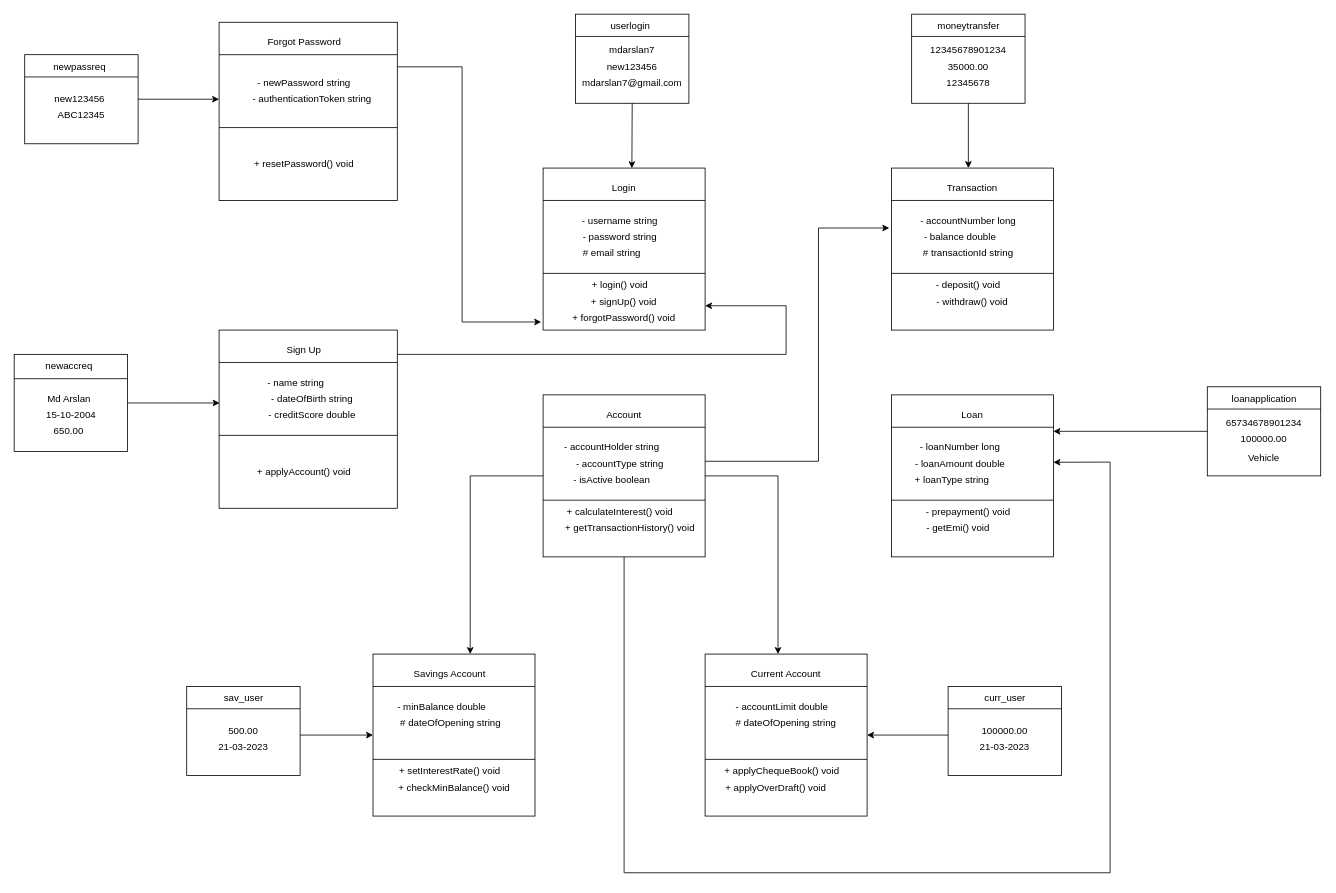
Before: Untitled Diagram.drawio in mdarslan7/sepm_lab_diagrams, a draw.io diagram. Source tidied: cells renumbered, new cells numbered last; positions are measured from the earlier drawing's top-left corner, leaving out a move shared by most shapes. Both pictures are drawn from the tidied source at 81%, with x=0, y=0 at pixel (14, 14).
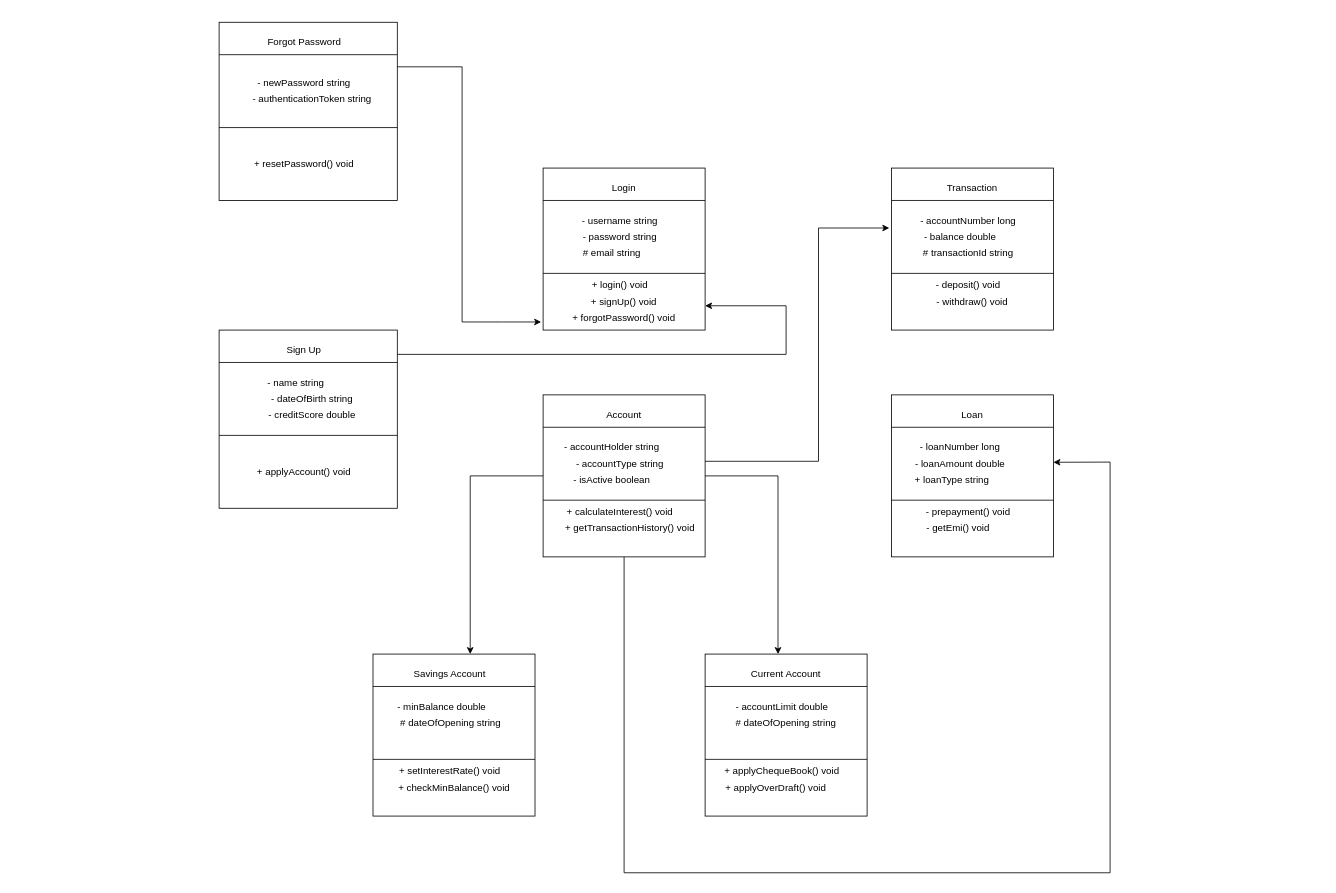
The same page after the edit.

Unchanged cells that the change refers to:
```xml
<mxCell id="2" style="whiteSpace=wrap;html=1;" parent="1" vertex="1">
  <mxGeometry x="653" y="190" width="200" height="200" as="geometry" />
</mxCell>
<mxCell id="12" style="whiteSpace=wrap;html=1;" parent="1" vertex="1">
  <mxGeometry x="1083" y="190" width="200" height="200" as="geometry" />
</mxCell>
<mxCell id="39" style="whiteSpace=wrap;html=1;" parent="1" vertex="1">
  <mxGeometry x="443" y="790" width="200" height="200" as="geometry" />
</mxCell>
<mxCell id="47" style="whiteSpace=wrap;html=1;" parent="1" vertex="1">
  <mxGeometry x="853" y="790" width="200" height="200" as="geometry" />
</mxCell>
<mxCell id="55" style="whiteSpace=wrap;html=1;" parent="1" vertex="1">
  <mxGeometry x="253" y="390" width="220" height="220" as="geometry" />
</mxCell>
```

Change to the diagram source:
```diff
@@
-    <mxCell id="76" style="rounded=0;whiteSpace=wrap;html=1;" parent="1" vertex="1">
-      <mxGeometry x="693" width="140" height="110" as="geometry" />
-    </mxCell>
-    <mxCell id="77" style="endArrow=none;html=1;rounded=0;exitX=0;exitY=0.25;exitDx=0;exitDy=0;entryX=1;entryY=0.25;entryDx=0;entryDy=0;" parent="1" edge="1" source="76" target="76">
-      <mxGeometry relative="1" as="geometry" />
-    </mxCell>
-    <mxCell id="78" value="userlogin" style="text;html=1;align=center;verticalAlign=middle;whiteSpace=wrap;rounded=0;" parent="1" vertex="1">
-      <mxGeometry x="730.5" width="60" height="30" as="geometry" />
-    </mxCell>
-    <mxCell id="79" value="mdarslan7" style="text;html=1;align=center;verticalAlign=middle;whiteSpace=wrap;rounded=0;" parent="1" vertex="1">
-      <mxGeometry x="733" y="30" width="60" height="30" as="geometry" />
-    </mxCell>
-    <mxCell id="80" value="new123456" style="text;html=1;align=center;verticalAlign=middle;whiteSpace=wrap;rounded=0;" parent="1" vertex="1">
-      <mxGeometry x="733" y="50" width="60" height="30" as="geometry" />
-    </mxCell>
-    <mxCell id="81" value="mdarslan7@gmail.com" style="text;html=1;align=center;verticalAlign=middle;whiteSpace=wrap;rounded=0;" parent="1" vertex="1">
-      <mxGeometry x="733" y="70" width="60" height="30" as="geometry" />
-    </mxCell>
-    <mxCell id="82" style="rounded=0;whiteSpace=wrap;html=1;" parent="1" vertex="1">
-      <mxGeometry x="1108" width="140" height="110" as="geometry" />
-    </mxCell>
-    <mxCell id="83" style="endArrow=none;html=1;rounded=0;exitX=0;exitY=0.25;exitDx=0;exitDy=0;entryX=1;entryY=0.25;entryDx=0;entryDy=0;" parent="1" edge="1" source="82" target="82">
-      <mxGeometry relative="1" as="geometry" />
-    </mxCell>
-    <mxCell id="84" value="moneytransfer" style="text;html=1;align=center;verticalAlign=middle;whiteSpace=wrap;rounded=0;" parent="1" vertex="1">
-      <mxGeometry x="1136.8" width="82.5" height="30" as="geometry" />
-    </mxCell>
-    <mxCell id="85" value="12345678901234" style="text;html=1;align=center;verticalAlign=middle;whiteSpace=wrap;rounded=0;" parent="1" vertex="1">
-      <mxGeometry x="1148" y="30" width="60" height="30" as="geometry" />
-    </mxCell>
-    <mxCell id="86" value="35000.00" style="text;html=1;align=center;verticalAlign=middle;whiteSpace=wrap;rounded=0;" parent="1" vertex="1">
-      <mxGeometry x="1148" y="50" width="60" height="30" as="geometry" />
-    </mxCell>
-    <mxCell id="87" value="12345678" style="text;html=1;align=center;verticalAlign=middle;whiteSpace=wrap;rounded=0;" parent="1" vertex="1">
-      <mxGeometry x="1148" y="70" width="60" height="30" as="geometry" />
-    </mxCell>
-    <mxCell id="88" style="rounded=0;whiteSpace=wrap;html=1;" parent="1" vertex="1">
-      <mxGeometry x="1473" y="460" width="140" height="110" as="geometry" />
-    </mxCell>
-    <mxCell id="89" style="endArrow=none;html=1;rounded=0;exitX=0;exitY=0.25;exitDx=0;exitDy=0;entryX=1;entryY=0.25;entryDx=0;entryDy=0;" parent="1" edge="1" source="88" target="88">
-      <mxGeometry relative="1" as="geometry" />
-    </mxCell>
-    <mxCell id="90" value="loanapplication" style="text;html=1;align=center;verticalAlign=middle;whiteSpace=wrap;rounded=0;" parent="1" vertex="1">
-      <mxGeometry x="1501.8" y="460" width="82.5" height="30" as="geometry" />
-    </mxCell>
-    <mxCell id="91" value="65734678901234" style="text;html=1;align=center;verticalAlign=middle;whiteSpace=wrap;rounded=0;" parent="1" vertex="1">
-      <mxGeometry x="1513" y="490" width="60" height="30" as="geometry" />
-    </mxCell>
-    <mxCell id="92" value="100000.00" style="text;html=1;align=center;verticalAlign=middle;whiteSpace=wrap;rounded=0;" parent="1" vertex="1">
-      <mxGeometry x="1513" y="510" width="60" height="30" as="geometry" />
-    </mxCell>
-    <mxCell id="93" value="Vehicle" style="text;html=1;align=center;verticalAlign=middle;whiteSpace=wrap;rounded=0;" parent="1" vertex="1">
-      <mxGeometry x="1513" y="535" width="60" height="25" as="geometry" />
-    </mxCell>
-    <mxCell id="94" style="rounded=0;whiteSpace=wrap;html=1;" parent="1" vertex="1">
-      <mxGeometry x="1153" y="830" width="140" height="110" as="geometry" />
-    </mxCell>
-    <mxCell id="95" style="endArrow=none;html=1;rounded=0;exitX=0;exitY=0.25;exitDx=0;exitDy=0;entryX=1;entryY=0.25;entryDx=0;entryDy=0;" parent="1" edge="1" source="94" target="94">
-      <mxGeometry relative="1" as="geometry" />
-    </mxCell>
-    <mxCell id="96" value="curr_user" style="text;html=1;align=center;verticalAlign=middle;whiteSpace=wrap;rounded=0;" parent="1" vertex="1">
-      <mxGeometry x="1181.8" y="830" width="82.5" height="30" as="geometry" />
-    </mxCell>
-    <mxCell id="97" value="100000.00" style="text;html=1;align=center;verticalAlign=middle;whiteSpace=wrap;rounded=0;" parent="1" vertex="1">
-      <mxGeometry x="1193" y="870" width="60" height="30" as="geometry" />
-    </mxCell>
-    <mxCell id="98" value="21-03-2023" style="text;html=1;align=center;verticalAlign=middle;whiteSpace=wrap;rounded=0;" parent="1" vertex="1">
-      <mxGeometry x="1188" y="890" width="70" height="30" as="geometry" />
-    </mxCell>
-    <mxCell id="99" style="rounded=0;whiteSpace=wrap;html=1;" parent="1" vertex="1">
-      <mxGeometry x="213" y="830" width="140" height="110" as="geometry" />
-    </mxCell>
-    <mxCell id="100" style="endArrow=none;html=1;rounded=0;exitX=0;exitY=0.25;exitDx=0;exitDy=0;entryX=1;entryY=0.25;entryDx=0;entryDy=0;" parent="1" edge="1" source="99" target="99">
-      <mxGeometry relative="1" as="geometry" />
-    </mxCell>
-    <mxCell id="101" value="sav_user" style="text;html=1;align=center;verticalAlign=middle;whiteSpace=wrap;rounded=0;" parent="1" vertex="1">
-      <mxGeometry x="241.8" y="830" width="82.5" height="30" as="geometry" />
-    </mxCell>
-    <mxCell id="102" value="500.00" style="text;html=1;align=center;verticalAlign=middle;whiteSpace=wrap;rounded=0;" parent="1" vertex="1">
-      <mxGeometry x="253" y="870" width="60" height="30" as="geometry" />
-    </mxCell>
-    <mxCell id="103" value="21-03-2023" style="text;html=1;align=center;verticalAlign=middle;whiteSpace=wrap;rounded=0;" parent="1" vertex="1">
-      <mxGeometry x="248" y="890" width="70" height="30" as="geometry" />
-    </mxCell>
-    <mxCell id="104" style="rounded=0;whiteSpace=wrap;html=1;" parent="1" vertex="1">
-      <mxGeometry x="13" y="50" width="140" height="110" as="geometry" />
-    </mxCell>
-    <mxCell id="105" style="endArrow=none;html=1;rounded=0;exitX=0;exitY=0.25;exitDx=0;exitDy=0;entryX=1;entryY=0.25;entryDx=0;entryDy=0;" parent="1" edge="1" source="104" target="104">
-      <mxGeometry relative="1" as="geometry" />
-    </mxCell>
-    <mxCell id="106" value="newpassreq" style="text;html=1;align=center;verticalAlign=middle;whiteSpace=wrap;rounded=0;" parent="1" vertex="1">
-      <mxGeometry x="50.5" y="50" width="60" height="30" as="geometry" />
-    </mxCell>
-    <mxCell id="107" value="new123456" style="text;html=1;align=center;verticalAlign=middle;whiteSpace=wrap;rounded=0;" parent="1" vertex="1">
-      <mxGeometry x="50.5" y="90" width="60" height="30" as="geometry" />
-    </mxCell>
-    <mxCell id="108" value="ABC12345" style="text;html=1;align=center;verticalAlign=middle;whiteSpace=wrap;rounded=0;" parent="1" vertex="1">
-      <mxGeometry x="53" y="110" width="60" height="30" as="geometry" />
-    </mxCell>
-    <mxCell id="109" style="rounded=0;whiteSpace=wrap;html=1;" parent="1" vertex="1">
-      <mxGeometry y="420" width="140" height="120" as="geometry" />
-    </mxCell>
-    <mxCell id="110" style="endArrow=none;html=1;rounded=0;exitX=0;exitY=0.25;exitDx=0;exitDy=0;entryX=1;entryY=0.25;entryDx=0;entryDy=0;" parent="1" edge="1" source="109" target="109">
-      <mxGeometry relative="1" as="geometry" />
-    </mxCell>
-    <mxCell id="111" value="newaccreq" style="text;html=1;align=center;verticalAlign=middle;whiteSpace=wrap;rounded=0;" parent="1" vertex="1">
-      <mxGeometry x="37.5" y="420" width="60" height="30" as="geometry" />
-    </mxCell>
-    <mxCell id="112" value="Md Arslan" style="text;html=1;align=center;verticalAlign=middle;whiteSpace=wrap;rounded=0;" parent="1" vertex="1">
-      <mxGeometry x="37.5" y="460" width="60" height="30" as="geometry" />
-    </mxCell>
-    <mxCell id="113" value="15-10-2004" style="text;html=1;align=center;verticalAlign=middle;whiteSpace=wrap;rounded=0;" parent="1" vertex="1">
-      <mxGeometry x="33.5" y="480" width="73" height="30" as="geometry" />
-    </mxCell>
-    <mxCell id="114" value="650.00" style="text;html=1;align=center;verticalAlign=middle;whiteSpace=wrap;rounded=0;" parent="1" vertex="1">
-      <mxGeometry x="31" y="500" width="73" height="30" as="geometry" />
-    </mxCell>
-    <mxCell id="115" style="endArrow=classic;html=1;rounded=0;exitX=1;exitY=0.5;exitDx=0;exitDy=0;" parent="1" edge="1" source="104">
-      <mxGeometry relative="1" as="geometry">
-        <mxPoint x="253" y="105" as="targetPoint" />
-      </mxGeometry>
-    </mxCell>
-    <mxCell id="116" style="endArrow=classic;html=1;rounded=0;exitX=0.5;exitY=1;exitDx=0;exitDy=0;entryX=0.548;entryY=0.001;entryDx=0;entryDy=0;entryPerimeter=0;" parent="1" edge="1" source="76" target="2">
-      <mxGeometry relative="1" as="geometry" />
-    </mxCell>
-    <mxCell id="117" style="endArrow=classic;html=1;rounded=0;exitX=0.5;exitY=1;exitDx=0;exitDy=0;entryX=0.475;entryY=0;entryDx=0;entryDy=0;entryPerimeter=0;" parent="1" edge="1" source="82" target="12">
-      <mxGeometry relative="1" as="geometry" />
-    </mxCell>
-    <mxCell id="118" style="endArrow=classic;html=1;rounded=0;exitX=0;exitY=0.5;exitDx=0;exitDy=0;" parent="1" edge="1" source="88">
-      <mxGeometry relative="1" as="geometry">
-        <mxPoint x="1283" y="515" as="targetPoint" />
-      </mxGeometry>
-    </mxCell>
-    <mxCell id="119" style="endArrow=classic;html=1;rounded=0;entryX=1;entryY=0.5;entryDx=0;entryDy=0;" parent="1" edge="1" target="47">
-      <mxGeometry relative="1" as="geometry">
-        <mxPoint x="1153" y="890" as="sourcePoint" />
-      </mxGeometry>
-    </mxCell>
-    <mxCell id="120" style="endArrow=classic;html=1;rounded=0;entryX=0;entryY=0.5;entryDx=0;entryDy=0;" parent="1" edge="1" target="39">
-      <mxGeometry relative="1" as="geometry">
-        <mxPoint x="353" y="890" as="sourcePoint" />
-      </mxGeometry>
-    </mxCell>
-    <mxCell id="121" style="endArrow=classic;html=1;rounded=0;exitX=1;exitY=0.5;exitDx=0;exitDy=0;entryX=0.003;entryY=0.409;entryDx=0;entryDy=0;entryPerimeter=0;" parent="1" edge="1" source="109" target="55">
-      <mxGeometry relative="1" as="geometry" />
-    </mxCell>
```
